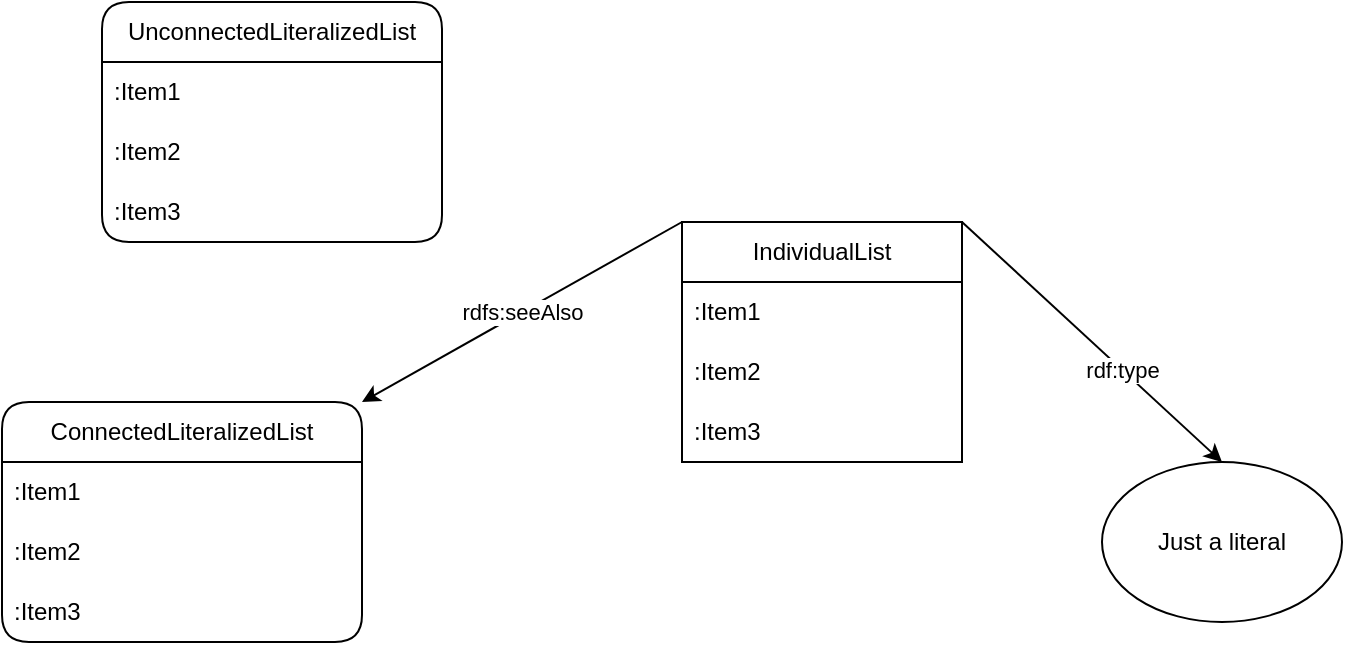
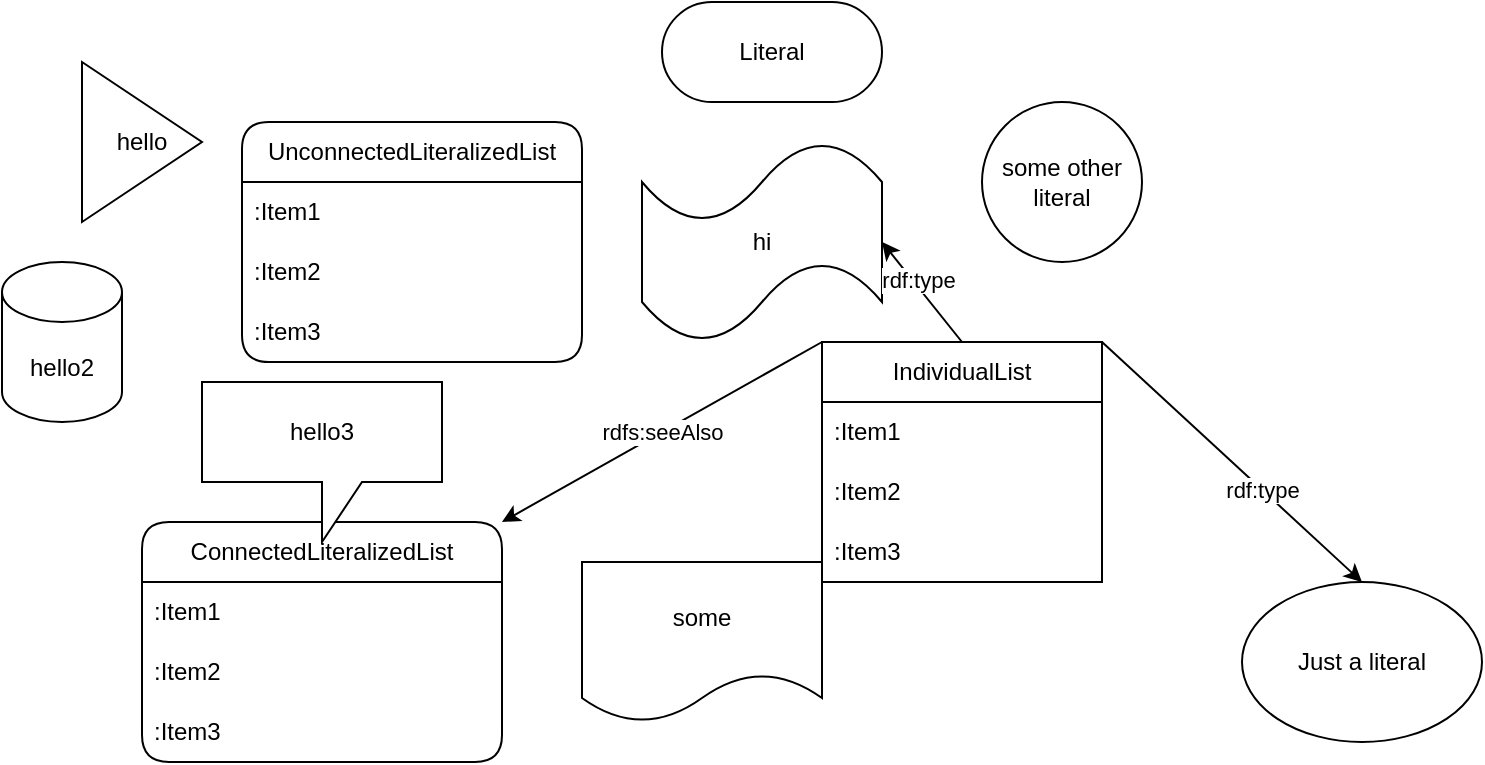
<mxfile host="[::]" agent="Mozilla/5.0 (Macintosh; Intel Mac OS X 10_15_7) AppleWebKit/537.36 (KHTML, like Gecko) Chrome/142.0.0.0 Safari/537.36" version="24.7.5">
  <diagram name="Page-1" id="pU9I2Ttte0i3qYML2Hkz">
    <mxGraphModel dx="794" dy="428" grid="1" gridSize="10" guides="1" tooltips="1" connect="1" arrows="1" fold="1" page="1" pageScale="1" pageWidth="850" pageHeight="1100" math="0" shadow="0">
      <root>
        <gbadMetadata id="0">
          <mxCell />
          <mxCell />
        </gbadMetadata>
        <mxCell id="1" parent="0" />
        <mxCell id="wNWMXQLe-EjqqHa3b5Mu-1" value="UnconnectedLiteralizedList" style="swimlane;fontStyle=0;childLayout=stackLayout;horizontal=1;startSize=30;horizontalStack=0;resizeParent=1;resizeParentMax=0;resizeLast=0;collapsible=1;marginBottom=0;whiteSpace=wrap;html=1;rounded=1;" parent="1" vertex="1">
          <mxGeometry x="160" y="100" width="170" height="120" as="geometry" />
        </mxCell>
        <mxCell id="wNWMXQLe-EjqqHa3b5Mu-2" value=":Item1" style="text;strokeColor=none;fillColor=none;align=left;verticalAlign=middle;spacingLeft=4;spacingRight=4;overflow=hidden;points=[[0,0.5],[1,0.5]];portConstraint=eastwest;rotatable=0;whiteSpace=wrap;html=1;" parent="wNWMXQLe-EjqqHa3b5Mu-1" vertex="1">
          <mxGeometry y="30" width="170" height="30" as="geometry" />
        </mxCell>
        <mxCell id="wNWMXQLe-EjqqHa3b5Mu-3" value=":Item2" style="text;strokeColor=none;fillColor=none;align=left;verticalAlign=middle;spacingLeft=4;spacingRight=4;overflow=hidden;points=[[0,0.5],[1,0.5]];portConstraint=eastwest;rotatable=0;whiteSpace=wrap;html=1;" parent="wNWMXQLe-EjqqHa3b5Mu-1" vertex="1">
          <mxGeometry y="60" width="170" height="30" as="geometry" />
        </mxCell>
        <mxCell id="wNWMXQLe-EjqqHa3b5Mu-4" value=":Item3" style="text;strokeColor=none;fillColor=none;align=left;verticalAlign=middle;spacingLeft=4;spacingRight=4;overflow=hidden;points=[[0,0.5],[1,0.5]];portConstraint=eastwest;rotatable=0;whiteSpace=wrap;html=1;" parent="wNWMXQLe-EjqqHa3b5Mu-1" vertex="1">
          <mxGeometry y="90" width="170" height="30" as="geometry" />
        </mxCell>
        <mxCell id="3Pax77aPJU0OIfwI_oWW-1" value="IndividualList" style="swimlane;fontStyle=0;childLayout=stackLayout;horizontal=1;startSize=30;horizontalStack=0;resizeParent=1;resizeParentMax=0;resizeLast=0;collapsible=1;marginBottom=0;whiteSpace=wrap;html=1;rounded=0;" parent="1" vertex="1">
          <mxGeometry x="450" y="210" width="140" height="120" as="geometry" />
        </mxCell>
        <mxCell id="3Pax77aPJU0OIfwI_oWW-2" value=":Item1" style="text;strokeColor=none;fillColor=none;align=left;verticalAlign=middle;spacingLeft=4;spacingRight=4;overflow=hidden;points=[[0,0.5],[1,0.5]];portConstraint=eastwest;rotatable=0;whiteSpace=wrap;html=1;" parent="3Pax77aPJU0OIfwI_oWW-1" vertex="1">
          <mxGeometry y="30" width="140" height="30" as="geometry" />
        </mxCell>
        <mxCell id="3Pax77aPJU0OIfwI_oWW-3" value=":Item2" style="text;strokeColor=none;fillColor=none;align=left;verticalAlign=middle;spacingLeft=4;spacingRight=4;overflow=hidden;points=[[0,0.5],[1,0.5]];portConstraint=eastwest;rotatable=0;whiteSpace=wrap;html=1;" parent="3Pax77aPJU0OIfwI_oWW-1" vertex="1">
          <mxGeometry y="60" width="140" height="30" as="geometry" />
        </mxCell>
        <mxCell id="3Pax77aPJU0OIfwI_oWW-4" value=":Item3" style="text;strokeColor=none;fillColor=none;align=left;verticalAlign=middle;spacingLeft=4;spacingRight=4;overflow=hidden;points=[[0,0.5],[1,0.5]];portConstraint=eastwest;rotatable=0;whiteSpace=wrap;html=1;" parent="3Pax77aPJU0OIfwI_oWW-1" vertex="1">
          <mxGeometry y="90" width="140" height="30" as="geometry" />
        </mxCell>
        <mxCell id="3Pax77aPJU0OIfwI_oWW-5" value="ConnectedLiteralizedList" style="swimlane;fontStyle=0;childLayout=stackLayout;horizontal=1;startSize=30;horizontalStack=0;resizeParent=1;resizeParentMax=0;resizeLast=0;collapsible=1;marginBottom=0;whiteSpace=wrap;html=1;rounded=1;" parent="1" vertex="1">
          <mxGeometry x="110" y="300" width="180" height="120" as="geometry" />
        </mxCell>
        <mxCell id="3Pax77aPJU0OIfwI_oWW-6" value=":Item1" style="text;strokeColor=none;fillColor=none;align=left;verticalAlign=middle;spacingLeft=4;spacingRight=4;overflow=hidden;points=[[0,0.5],[1,0.5]];portConstraint=eastwest;rotatable=0;whiteSpace=wrap;html=1;" parent="3Pax77aPJU0OIfwI_oWW-5" vertex="1">
          <mxGeometry y="30" width="180" height="30" as="geometry" />
        </mxCell>
        <mxCell id="3Pax77aPJU0OIfwI_oWW-7" value=":Item2" style="text;strokeColor=none;fillColor=none;align=left;verticalAlign=middle;spacingLeft=4;spacingRight=4;overflow=hidden;points=[[0,0.5],[1,0.5]];portConstraint=eastwest;rotatable=0;whiteSpace=wrap;html=1;" parent="3Pax77aPJU0OIfwI_oWW-5" vertex="1">
          <mxGeometry y="60" width="180" height="30" as="geometry" />
        </mxCell>
        <mxCell id="3Pax77aPJU0OIfwI_oWW-8" value=":Item3" style="text;strokeColor=none;fillColor=none;align=left;verticalAlign=middle;spacingLeft=4;spacingRight=4;overflow=hidden;points=[[0,0.5],[1,0.5]];portConstraint=eastwest;rotatable=0;whiteSpace=wrap;html=1;" parent="3Pax77aPJU0OIfwI_oWW-5" vertex="1">
          <mxGeometry y="90" width="180" height="30" as="geometry" />
        </mxCell>
        <mxCell id="3Pax77aPJU0OIfwI_oWW-9" value="rdfs:seeAlso" style="endArrow=classic;html=1;rounded=0;exitX=0;exitY=0;exitDx=0;exitDy=0;entryX=1;entryY=0;entryDx=0;entryDy=0;" parent="1" source="3Pax77aPJU0OIfwI_oWW-1" target="3Pax77aPJU0OIfwI_oWW-5" edge="1">
          <mxGeometry width="50" height="50" relative="1" as="geometry">
            <mxPoint x="380" y="250" as="sourcePoint" />
            <mxPoint x="430" y="200" as="targetPoint" />
          </mxGeometry>
        </mxCell>
        <mxCell id="BIgxN-90JxJ6G4pkkr8I-2" value="Just a literal" style="ellipse;whiteSpace=wrap;html=1;" vertex="1" parent="1">
          <mxGeometry x="660" y="330" width="120" height="80" as="geometry" />
        </mxCell>
        <mxCell id="BIgxN-90JxJ6G4pkkr8I-3" value="" style="endArrow=classic;html=1;rounded=0;exitX=1;exitY=0;exitDx=0;exitDy=0;entryX=0.5;entryY=0;entryDx=0;entryDy=0;" edge="1" parent="1" source="3Pax77aPJU0OIfwI_oWW-1" target="BIgxN-90JxJ6G4pkkr8I-2">
          <mxGeometry width="50" height="50" relative="1" as="geometry">
            <mxPoint x="590" y="220" as="sourcePoint" />
            <mxPoint x="450" y="270" as="targetPoint" />
          </mxGeometry>
        </mxCell>
        <mxCell id="BIgxN-90JxJ6G4pkkr8I-5" value="rdf:type" style="edgeLabel;html=1;align=center;verticalAlign=middle;resizable=0;points=[];" vertex="1" connectable="0" parent="BIgxN-90JxJ6G4pkkr8I-3">
          <mxGeometry x="0.215" y="-1" relative="1" as="geometry">
            <mxPoint x="1" as="offset" />
          </mxGeometry>
        </mxCell>
+         <mxCell id="BIgxN-90JxJ6G4pkkr8I-6" value="some other literal" style="ellipse;whiteSpace=wrap;html=1;aspect=fixed;" vertex="1" parent="1">
+           <mxGeometry x="530" y="90" width="80" height="80" as="geometry" />
+         </mxCell>
+         <mxCell id="BIgxN-90JxJ6G4pkkr8I-7" value="Literal" style="html=1;whiteSpace=wrap;rounded=1;arcSize=50;" vertex="1" parent="1">
+           <mxGeometry x="370" y="40" width="110" height="50" as="geometry" />
+         </mxCell>
+         <mxCell id="BIgxN-90JxJ6G4pkkr8I-8" value="hello2" style="shape=cylinder3;whiteSpace=wrap;html=1;boundedLbl=1;backgroundOutline=1;size=15;" vertex="1" parent="1">
+           <mxGeometry x="40" y="170" width="60" height="80" as="geometry" />
+         </mxCell>
+         <mxCell id="BIgxN-90JxJ6G4pkkr8I-9" value="hello" style="triangle;whiteSpace=wrap;html=1;" vertex="1" parent="1">
+           <mxGeometry x="80" y="70" width="60" height="80" as="geometry" />
+         </mxCell>
+         <mxCell id="BIgxN-90JxJ6G4pkkr8I-10" value="some" style="shape=document;whiteSpace=wrap;html=1;boundedLbl=1;" vertex="1" parent="1">
+           <mxGeometry x="330" y="320" width="120" height="80" as="geometry" />
+         </mxCell>
+         <mxCell id="BIgxN-90JxJ6G4pkkr8I-11" value="hi" style="shape=tape;whiteSpace=wrap;html=1;" vertex="1" parent="1">
+           <mxGeometry x="360" y="110" width="120" height="100" as="geometry" />
+         </mxCell>
+         <mxCell id="BIgxN-90JxJ6G4pkkr8I-12" value="hello3" style="shape=callout;whiteSpace=wrap;html=1;perimeter=calloutPerimeter;" vertex="1" parent="1">
+           <mxGeometry x="140" y="230" width="120" height="80" as="geometry" />
+         </mxCell>
+         <mxCell id="BIgxN-90JxJ6G4pkkr8I-13" value="" style="endArrow=classic;html=1;rounded=0;exitX=0.5;exitY=0;exitDx=0;exitDy=0;entryX=1;entryY=0.5;entryDx=0;entryDy=0;entryPerimeter=0;" edge="1" parent="1" source="3Pax77aPJU0OIfwI_oWW-1" target="BIgxN-90JxJ6G4pkkr8I-11">
+           <mxGeometry width="50" height="50" relative="1" as="geometry">
+             <mxPoint x="600" y="220" as="sourcePoint" />
+             <mxPoint x="730" y="340" as="targetPoint" />
+           </mxGeometry>
+         </mxCell>
+         <mxCell id="BIgxN-90JxJ6G4pkkr8I-14" value="rdf:type" style="edgeLabel;html=1;align=center;verticalAlign=middle;resizable=0;points=[];" vertex="1" connectable="0" parent="BIgxN-90JxJ6G4pkkr8I-13">
+           <mxGeometry x="0.215" y="-1" relative="1" as="geometry">
+             <mxPoint x="1" as="offset" />
+           </mxGeometry>
+         </mxCell>
      </root>
    </mxGraphModel>
  </diagram>
</mxfile>
